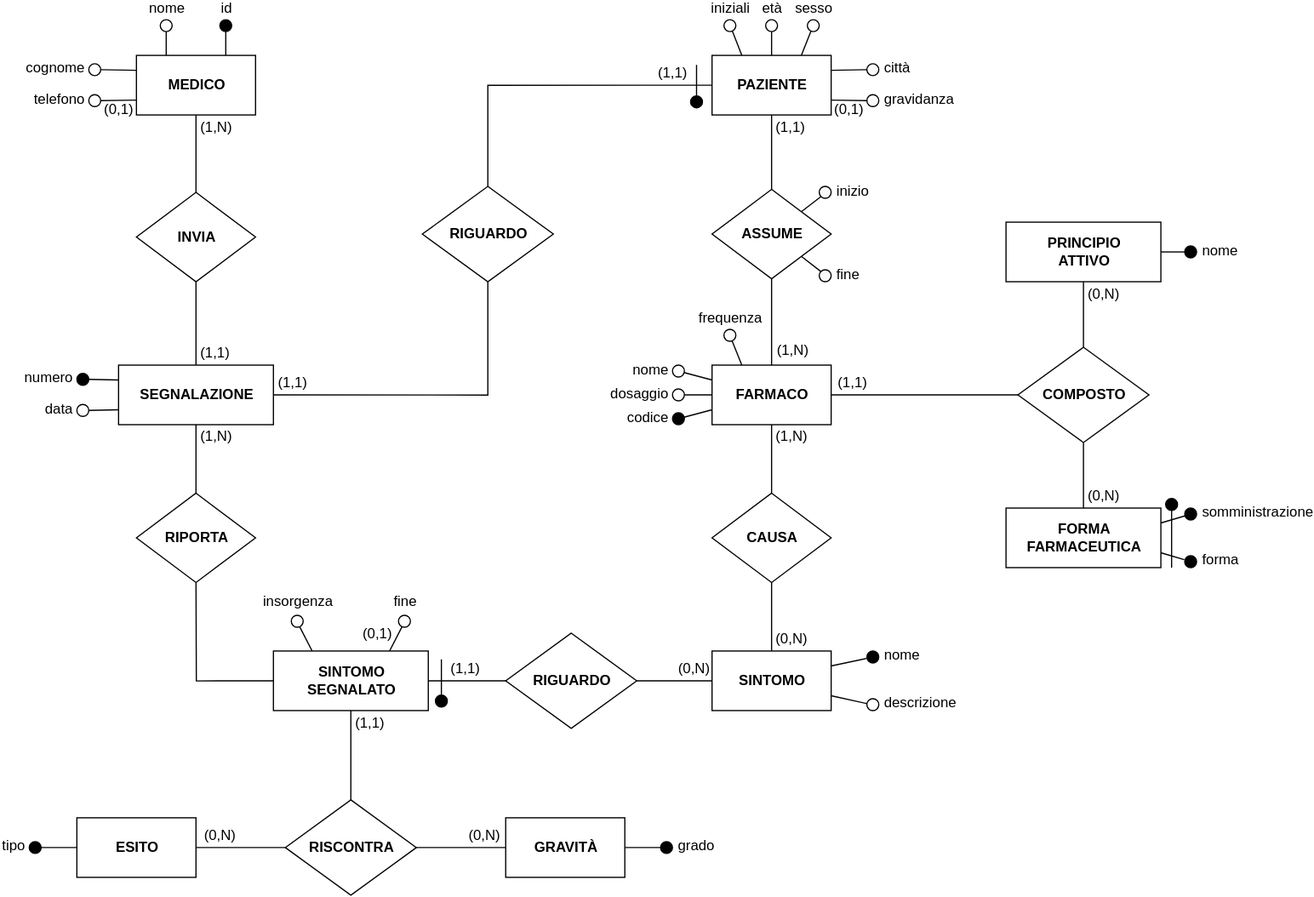
MatteoCarnelos/DB-SEA keeps this draw.io diagram as schematics/diagram.svg. Above is the earlier version. Source tidied: cells renumbered, new cells last; positions are measured from the earlier drawing's top-left corner, leaving out a move shared by most shapes.
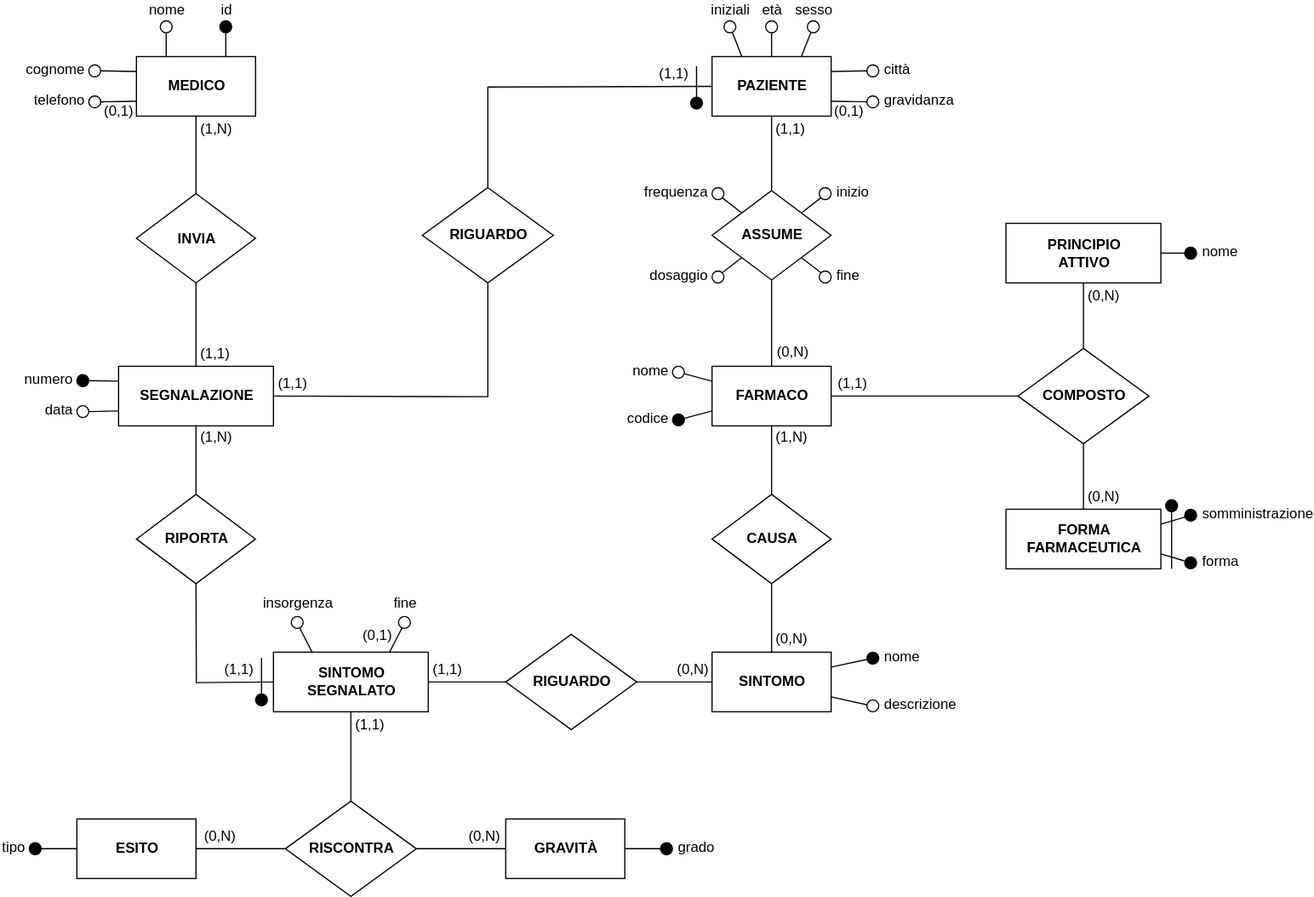
Above is the later version.

Diff of the diagram source:
```diff
@@ -144,7 +144,7 @@
     <mxCell id="43" style="edgeStyle=orthogonalEdgeStyle;rounded=0;jettySize=auto;html=1;exitX=0.5;exitY=1;exitDx=0;exitDy=0;entryX=0.5;entryY=0;entryDx=0;entryDy=0;endArrow=none;endFill=0;" parent="1" edge="1" source="47" target="50">
       <mxGeometry relative="1" as="geometry" />
     </mxCell>
-    <mxCell id="44" value="(1,N)" style="text;html=1;align=left;verticalAlign=middle;labelBackgroundColor=#ffffff;labelPosition=right;verticalLabelPosition=middle;spacing=4;" parent="43" vertex="1">
+    <mxCell id="44" value="(0,N)" style="text;html=1;align=left;verticalAlign=middle;labelBackgroundColor=#ffffff;labelPosition=right;verticalLabelPosition=middle;spacing=4;" parent="43" vertex="1">
       <mxGeometry x="0.65" y="1" relative="1" as="geometry" />
     </mxCell>
     <mxCell id="45" style="edgeStyle=none;rounded=0;comic=0;jumpStyle=none;jumpSize=6;jettySize=auto;html=1;exitX=1;exitY=0;exitDx=0;exitDy=0;entryX=0;entryY=1;entryDx=0;entryDy=0;endArrow=none;endFill=0;" parent="1" edge="1" source="47" target="48">
@@ -177,18 +177,6 @@
     <mxCell id="54" value="nome" style="ellipse;whiteSpace=wrap;html=1;fillColor=#FFFFFF;textDirection=ltr;align=right;labelPosition=left;verticalLabelPosition=middle;verticalAlign=middle;spacing=5;spacingBottom=2;" parent="1" vertex="1">
       <mxGeometry x="540" y="290" width="10" height="10" as="geometry" />
     </mxCell>
-    <mxCell id="55" style="edgeStyle=none;rounded=0;comic=0;jumpStyle=none;jumpSize=6;jettySize=auto;html=1;exitX=1;exitY=0.5;exitDx=0;exitDy=0;entryX=0;entryY=0.5;entryDx=0;entryDy=0;endArrow=none;endFill=0;" parent="1" edge="1" source="56" target="50">
-      <mxGeometry relative="1" as="geometry" />
-    </mxCell>
-    <mxCell id="56" value="dosaggio" style="ellipse;whiteSpace=wrap;html=1;fillColor=#FFFFFF;textDirection=ltr;align=right;labelPosition=left;verticalLabelPosition=middle;verticalAlign=middle;spacing=5;spacingBottom=2;" parent="1" vertex="1">
-      <mxGeometry x="540" y="310" width="10" height="10" as="geometry" />
-    </mxCell>
-    <mxCell id="57" style="edgeStyle=none;rounded=0;comic=0;jumpStyle=none;jumpSize=6;jettySize=auto;html=1;exitX=0.683;exitY=0.959;exitDx=0;exitDy=0;entryX=0.25;entryY=0;entryDx=0;entryDy=0;endArrow=none;endFill=0;exitPerimeter=0;" parent="1" edge="1" source="58" target="50">
-      <mxGeometry relative="1" as="geometry" />
-    </mxCell>
-    <mxCell id="58" value="frequenza" style="ellipse;whiteSpace=wrap;html=1;fillColor=#ffffff;labelPosition=center;verticalLabelPosition=top;align=center;verticalAlign=bottom;spacing=2;" parent="1" vertex="1">
-      <mxGeometry x="583.2" y="260" width="10" height="10" as="geometry" />
-    </mxCell>
     <mxCell id="59" value="&lt;b&gt;PRINCIPIO&lt;br&gt;ATTIVO&lt;br&gt;&lt;/b&gt;" style="whiteSpace=wrap;html=1;align=center;" parent="1" vertex="1">
       <mxGeometry x="820" y="170" width="130" height="50" as="geometry" />
     </mxCell>
@@ -255,7 +243,9 @@
       <mxGeometry relative="1" as="geometry" />
     </mxCell>
     <mxCell id="78" value="(1,1)" style="text;html=1;align=center;verticalAlign=bottom;labelBackgroundColor=#ffffff;labelPosition=center;verticalLabelPosition=top;spacing=4;" parent="77" vertex="1">
-      <mxGeometry x="-0.07" relative="1" as="geometry" />
+      <mxGeometry x="-0.07" relative="1" as="geometry">
+        <mxPoint x="-15" as="offset" />
+      </mxGeometry>
     </mxCell>
     <mxCell id="79" style="rounded=0;comic=0;jumpStyle=none;jumpSize=6;jettySize=auto;html=1;exitX=0.25;exitY=0;exitDx=0;exitDy=0;entryX=0.711;entryY=0.972;entryDx=0;entryDy=0;endArrow=none;endFill=0;entryPerimeter=0;" parent="1" edge="1" source="80" target="108">
       <mxGeometry relative="1" as="geometry" />
@@ -283,12 +273,12 @@
         <mxPoint x="-1" y="-18.3" as="offset" />
       </mxGeometry>
     </mxCell>
-    <mxCell id="87" style="edgeStyle=orthogonalEdgeStyle;rounded=0;comic=0;jumpStyle=none;jumpSize=6;jettySize=auto;html=1;exitX=0.5;exitY=1;exitDx=0;exitDy=0;entryX=0.5;entryY=0;entryDx=0;entryDy=0;endArrow=none;endFill=0;" parent="1" edge="1" source="89" target="76">
+    <mxCell id="87" style="edgeStyle=orthogonalEdgeStyle;rounded=0;jettySize=auto;html=1;exitX=0.5;exitY=1;exitDx=0;exitDy=0;entryX=0.5;entryY=0;entryDx=0;entryDy=0;endArrow=none;endFill=0;" parent="1" edge="1" source="89" target="76">
       <mxGeometry relative="1" as="geometry" />
     </mxCell>
     <mxCell id="88" value="(0,N)" style="text;html=1;align=left;verticalAlign=middle;labelBackgroundColor=#ffffff;labelPosition=right;verticalLabelPosition=middle;spacing=4;" parent="87" vertex="1">
-      <mxGeometry y="3" relative="1" as="geometry">
-        <mxPoint x="-3" y="18.7" as="offset" />
+      <mxGeometry x="0.37" y="2" relative="1" as="geometry">
+        <mxPoint x="-2" y="6" as="offset" />
       </mxGeometry>
     </mxCell>
     <mxCell id="89" value="&lt;b&gt;CAUSA&lt;/b&gt;" style="rhombus;whiteSpace=wrap;html=1;" parent="1" vertex="1">
@@ -299,7 +289,7 @@
     </mxCell>
     <mxCell id="91" value="(0,N)" style="text;html=1;align=center;verticalAlign=bottom;labelBackgroundColor=#ffffff;labelPosition=center;verticalLabelPosition=top;spacing=4;" parent="90" vertex="1">
       <mxGeometry x="0.27" y="1" relative="1" as="geometry">
-        <mxPoint x="7" y="1" as="offset" />
+        <mxPoint x="6" y="1" as="offset" />
       </mxGeometry>
     </mxCell>
     <mxCell id="92" value="RIGUARDO" style="rhombus;whiteSpace=wrap;html=1;fillColor=#ffffff;fontStyle=1;" parent="1" vertex="1">
@@ -307,11 +297,11 @@
     </mxCell>
     <mxCell id="93" style="endArrow=none;html=1;entryX=0.5;entryY=0;entryDx=0;entryDy=0;" parent="1" edge="1" target="94">
       <mxGeometry relative="1" as="geometry">
-        <mxPoint x="346" y="537" as="sourcePoint" />
+        <mxPoint x="195" y="535" as="sourcePoint" />
       </mxGeometry>
     </mxCell>
     <mxCell id="94" style="ellipse;whiteSpace=wrap;html=1;fillColor=#000000;labelPosition=right;verticalLabelPosition=middle;align=left;verticalAlign=middle;spacing=5;spacingBottom=2;" parent="1" vertex="1">
-      <mxGeometry x="341" y="567" width="10" height="10" as="geometry" />
+      <mxGeometry x="190" y="565" width="10" height="10" as="geometry" />
     </mxCell>
     <mxCell id="95" style="edgeStyle=orthogonalEdgeStyle;rounded=0;comic=0;jumpStyle=none;jumpSize=6;jettySize=auto;html=1;exitX=0.5;exitY=0;exitDx=0;exitDy=0;entryX=0.5;entryY=1;entryDx=0;entryDy=0;endArrow=none;endFill=0;" parent="1" edge="1" source="98" target="21">
       <mxGeometry relative="1" as="geometry" />
@@ -324,6 +314,11 @@
     <mxCell id="97" style="edgeStyle=orthogonalEdgeStyle;rounded=0;comic=0;jumpStyle=none;jumpSize=6;jettySize=auto;html=1;exitX=0.5;exitY=1;exitDx=0;exitDy=0;entryX=0;entryY=0.5;entryDx=0;entryDy=0;endArrow=none;endFill=0;" parent="1" edge="1" source="98" target="80">
       <mxGeometry relative="1" as="geometry" />
     </mxCell>
+    <mxCell id="116" value="(1,1)" style="text;html=1;align=center;verticalAlign=bottom;labelBackgroundColor=#ffffff;labelPosition=center;verticalLabelPosition=top;spacing=4;" parent="97" vertex="1">
+      <mxGeometry x="0.66" y="-1" relative="1" as="geometry">
+        <mxPoint x="-4.7" y="-1" as="offset" />
+      </mxGeometry>
+    </mxCell>
     <mxCell id="98" value="&lt;b&gt;RIPORTA&lt;/b&gt;" style="rhombus;whiteSpace=wrap;html=1;" parent="1" vertex="1">
       <mxGeometry x="90" y="397.5" width="100" height="75" as="geometry" />
     </mxCell>
@@ -386,5 +381,17 @@
     <mxCell id="115" value="grado" style="ellipse;whiteSpace=wrap;html=1;fillColor=#000000;labelPosition=right;verticalLabelPosition=middle;align=left;verticalAlign=middle;spacing=5;spacingBottom=2;" parent="1" vertex="1">
       <mxGeometry x="530" y="690" width="10" height="10" as="geometry" />
     </mxCell>
+    <mxCell id="117" style="edgeStyle=none;rounded=0;jettySize=auto;html=1;exitX=1;exitY=0;exitDx=0;exitDy=0;entryX=0;entryY=1;entryDx=0;entryDy=0;endArrow=none;endFill=0;" parent="1" edge="1" source="56" target="47">
+      <mxGeometry relative="1" as="geometry" />
+    </mxCell>
+    <mxCell id="56" value="dosaggio" style="ellipse;whiteSpace=wrap;html=1;fillColor=#FFFFFF;textDirection=ltr;align=right;labelPosition=left;verticalLabelPosition=middle;verticalAlign=middle;spacing=5;spacingBottom=2;" parent="1" vertex="1">
+      <mxGeometry x="573.2" y="210" width="10" height="10" as="geometry" />
+    </mxCell>
+    <mxCell id="118" style="rounded=0;jettySize=auto;html=1;exitX=1;exitY=1;exitDx=0;exitDy=0;endArrow=none;endFill=0;entryX=0;entryY=0;entryDx=0;entryDy=0;" parent="1" edge="1" source="58" target="47">
+      <mxGeometry relative="1" as="geometry" />
+    </mxCell>
+    <mxCell id="58" value="frequenza" style="ellipse;whiteSpace=wrap;html=1;fillColor=#FFFFFF;textDirection=ltr;align=right;labelPosition=left;verticalLabelPosition=middle;verticalAlign=middle;spacing=5;spacingBottom=2;" parent="1" vertex="1">
+      <mxGeometry x="573.2" y="140" width="10" height="10" as="geometry" />
+    </mxCell>
   </root>
 </mxGraphModel>
```
